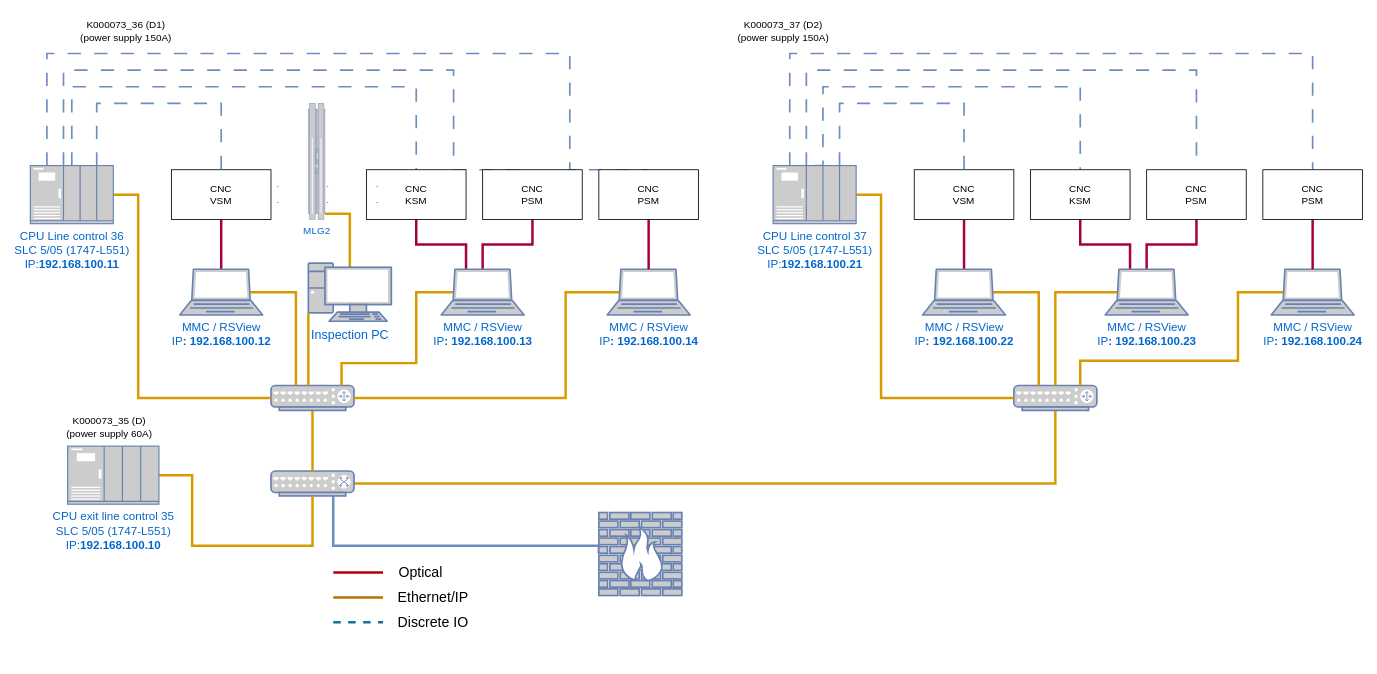
The draw.io diagram BR-C2.drawio in megavad/Diagrams, before the edit. Source tidied: cells renumbered, new cells numbered last; positions are measured from the earlier drawing's top-left corner, leaving out a move shared by most shapes. Both pictures are drawn from the tidied source at 83%, with x=0, y=0 at pixel (30, 14).
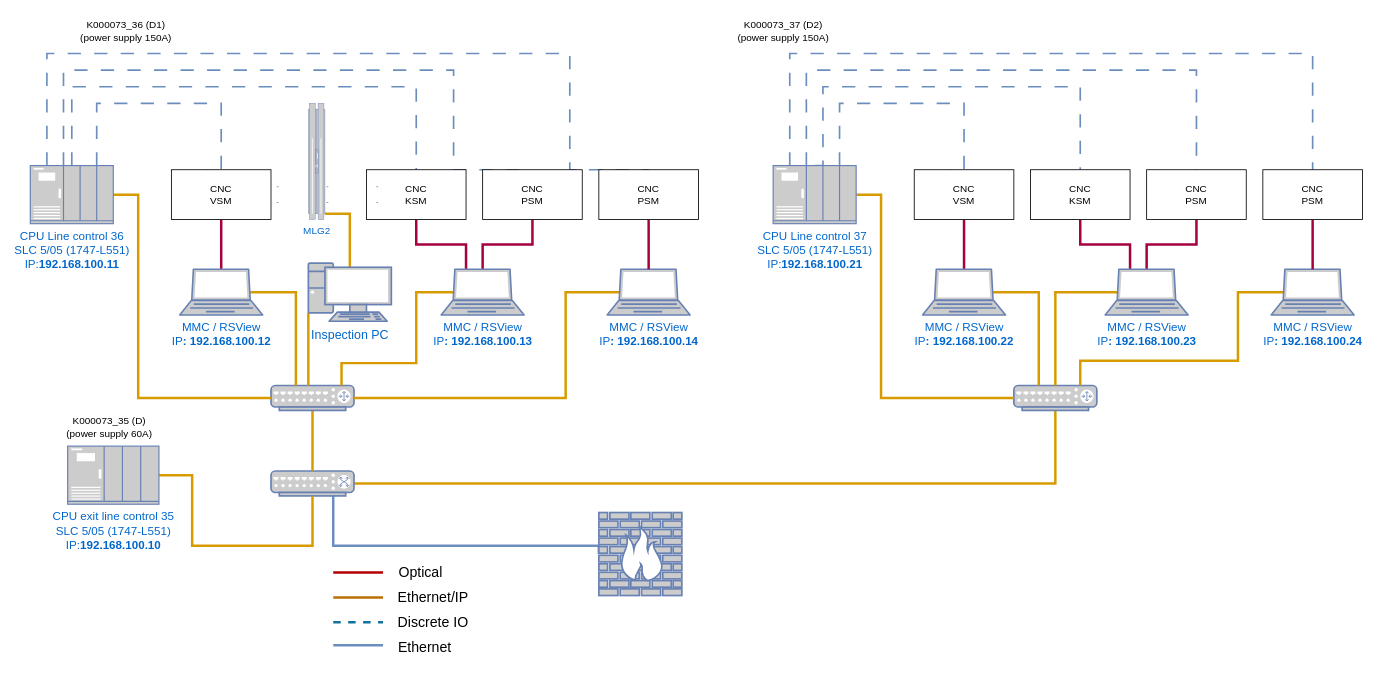
Above is the later version.

What changed in the source:
```diff
@@
+    <mxCell id="72" style="endArrow=none;html=1;rounded=0;strokeWidth=3;fillColor=#dae8fc;strokeColor=#6c8ebf;" parent="1" edge="1">
+      <mxGeometry relative="1" as="geometry">
+        <mxPoint x="365" y="760" as="sourcePoint" />
+        <mxPoint x="425" y="760" as="targetPoint" />
+      </mxGeometry>
+    </mxCell>
+    <mxCell id="73" value="Ethernet" style="text;html=1;align=center;verticalAlign=middle;strokeColor=none;fillColor=none;fontSize=17;" parent="1" vertex="1">
+      <mxGeometry x="430" y="748" width="90" height="30" as="geometry" />
+    </mxCell>
```
